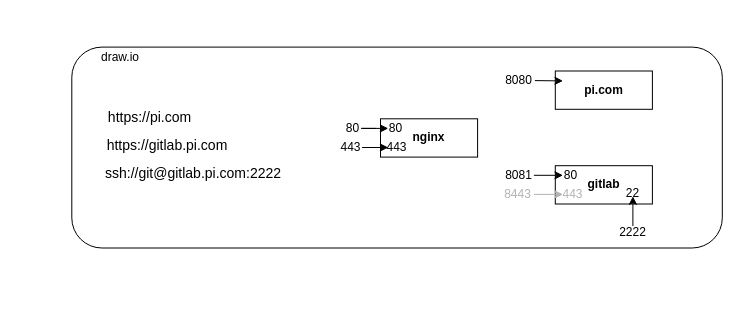
This is nginx.drawio from xujintao/devenv, a draw.io file, before an edit. Source tidied: cells renumbered, new cells numbered last; positions are measured from the earlier drawing's top-left corner, leaving out a move shared by most shapes. Both pictures are drawn from the tidied source at 100%, with x=0, y=0 at pixel (67, 37).
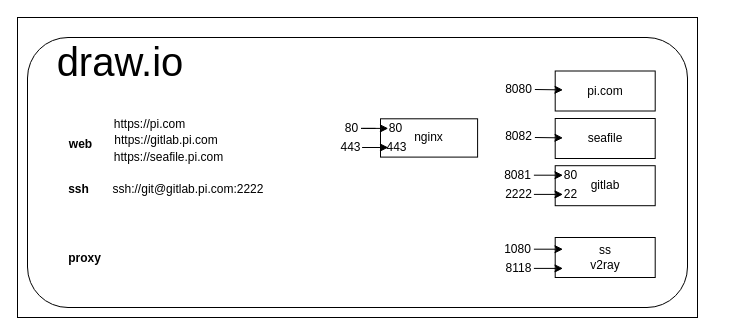
The same diagram, later.

Change to the diagram source:
```diff
@@
-    <mxCell id="2" style="group;" parent="1" vertex="1">
-      <mxGeometry width="660" height="220" as="geometry" />
-    </mxCell>
-    <mxCell id="3" style="group;labelBackgroundColor=#ffffff;strokeColor=#FFFFFF;" parent="2" vertex="1">
-      <mxGeometry width="660" height="220" as="geometry" />
-    </mxCell>
-    <mxCell id="4" style="group;" parent="2" vertex="1">
-      <mxGeometry x="4.3" y="9.6" width="650.5" height="200.9" as="geometry" />
-    </mxCell>
-    <mxCell id="5" style="rounded=1;whiteSpace=wrap;html=1;" parent="4" vertex="1">
-      <mxGeometry width="650.5" height="200.9" as="geometry" />
-    </mxCell>
+    <mxCell id="30" style="rounded=0;whiteSpace=wrap;html=1;" parent="1" vertex="1">
+      <mxGeometry x="-50" y="-20" width="680" height="300" as="geometry" />
+    </mxCell>
+    <mxCell id="31" style="rounded=1;whiteSpace=wrap;html=1;" parent="1" vertex="1">
+      <mxGeometry x="-40" width="660" height="270" as="geometry" />
+    </mxCell>
+    <mxCell id="29" value="&lt;font style=&quot;font-size: 40px&quot;&gt;draw.io&lt;/font&gt;" style="text;html=1;strokeColor=none;fillColor=none;align=center;verticalAlign=middle;whiteSpace=wrap;rounded=0;" parent="1" vertex="1">
+      <mxGeometry x="32.5" y="13.5" width="40" height="20" as="geometry" />
+    </mxCell>
-    <mxCell id="6" value="&lt;b&gt;nginx&lt;/b&gt;" style="rounded=0;whiteSpace=wrap;html=1;" parent="4" vertex="1">
-      <mxGeometry x="308.7" y="71.7" width="97.1" height="38.3" as="geometry" />
+    <mxCell id="6" value="nginx" style="rounded=0;whiteSpace=wrap;html=1;" parent="1" vertex="1">
+      <mxGeometry x="313" y="81.3" width="97.1" height="38.3" as="geometry" />
     </mxCell>
-    <mxCell id="7" value="&lt;b&gt;gitlab&lt;/b&gt;" style="rounded=0;whiteSpace=wrap;html=1;" parent="4" vertex="1">
-      <mxGeometry x="483.5" y="118.6" width="97.1" height="38.3" as="geometry" />
+    <mxCell id="7" value="gitlab" style="rounded=0;whiteSpace=wrap;html=1;" parent="1" vertex="1">
+      <mxGeometry x="487.7" y="128.2" width="100" height="40" as="geometry" />
     </mxCell>
-    <mxCell id="8" style="endArrow=classic;html=1;" parent="4" edge="1">
+    <mxCell id="8" style="endArrow=classic;html=1;" parent="1" edge="1">
       <mxGeometry relative="1" as="geometry">
-        <mxPoint x="303.9" y="81.3" as="sourcePoint" />
-        <mxPoint x="316.5" y="81.3" as="targetPoint" />
+        <mxPoint x="308.1" y="90.9" as="sourcePoint" />
+        <mxPoint x="320.8" y="90.9" as="targetPoint" />
         <Array as="points">
-          <mxPoint x="284.5" y="81.3" />
+          <mxPoint x="288.7" y="90.9" />
         </Array>
       </mxGeometry>
     </mxCell>
-    <mxCell id="9" value="80" style="text;html=1;strokeColor=none;fillColor=none;align=center;verticalAlign=middle;whiteSpace=wrap;rounded=0;" parent="4" vertex="1">
-      <mxGeometry x="261.2" y="71.7" width="38.8" height="19.1" as="geometry" />
+    <mxCell id="9" value="80" style="text;html=1;strokeColor=none;fillColor=none;align=center;verticalAlign=middle;whiteSpace=wrap;rounded=0;" parent="1" vertex="1">
+      <mxGeometry x="265.4" y="81.3" width="38.8" height="19.1" as="geometry" />
     </mxCell>
-    <mxCell id="10" value="80" style="text;html=1;strokeColor=none;fillColor=none;align=center;verticalAlign=middle;whiteSpace=wrap;rounded=0;" parent="4" vertex="1">
-      <mxGeometry x="304.8" y="71.7" width="38.8" height="19.1" as="geometry" />
+    <mxCell id="10" value="80" style="text;html=1;strokeColor=none;fillColor=none;align=center;verticalAlign=middle;whiteSpace=wrap;rounded=0;" parent="1" vertex="1">
+      <mxGeometry x="309.1" y="81.3" width="38.8" height="19.1" as="geometry" />
     </mxCell>
-    <mxCell id="11" value="443" style="text;html=1;strokeColor=none;fillColor=none;align=center;verticalAlign=middle;whiteSpace=wrap;rounded=0;" parent="4" vertex="1">
-      <mxGeometry x="259.2" y="90.9" width="38.8" height="19.1" as="geometry" />
+    <mxCell id="11" value="443" style="text;html=1;strokeColor=none;fillColor=none;align=center;verticalAlign=middle;whiteSpace=wrap;rounded=0;" parent="1" vertex="1">
+      <mxGeometry x="263.5" y="100.4" width="38.8" height="19.1" as="geometry" />
     </mxCell>
-    <mxCell id="12" style="endArrow=classic;html=1;entryX=0;entryY=0.5;entryDx=0;entryDy=0;" parent="4" edge="1">
+    <mxCell id="12" style="endArrow=classic;html=1;entryX=0;entryY=0.5;entryDx=0;entryDy=0;" parent="1" edge="1">
       <mxGeometry relative="1" as="geometry">
-        <mxPoint x="290.3" y="100.4" as="sourcePoint" />
-        <mxPoint x="316.5" y="100.4" as="targetPoint" />
+        <mxPoint x="294.6" y="110" as="sourcePoint" />
+        <mxPoint x="320.8" y="110" as="targetPoint" />
       </mxGeometry>
     </mxCell>
-    <mxCell id="13" value="443" style="text;html=1;strokeColor=none;fillColor=none;align=center;verticalAlign=middle;whiteSpace=wrap;rounded=0;" parent="4" vertex="1">
-      <mxGeometry x="305.8" y="90.9" width="38.8" height="19.1" as="geometry" />
+    <mxCell id="13" value="443" style="text;html=1;strokeColor=none;fillColor=none;align=center;verticalAlign=middle;whiteSpace=wrap;rounded=0;" parent="1" vertex="1">
+      <mxGeometry x="310.1" y="100.4" width="38.8" height="19.1" as="geometry" />
     </mxCell>
-    <mxCell id="14" value="80" style="text;html=1;strokeColor=none;fillColor=none;align=center;verticalAlign=middle;whiteSpace=wrap;rounded=0;" parent="4" vertex="1">
-      <mxGeometry x="479.6" y="118.6" width="38.8" height="19.1" as="geometry" />
+    <mxCell id="14" value="80" style="text;html=1;strokeColor=none;fillColor=none;align=center;verticalAlign=middle;whiteSpace=wrap;rounded=0;" parent="1" vertex="1">
+      <mxGeometry x="483.9" y="128.2" width="38.8" height="19.1" as="geometry" />
     </mxCell>
-    <mxCell id="15" value="&lt;font color=&quot;#b3b3b3&quot;&gt;443&lt;/font&gt;" style="text;html=1;strokeColor=none;fillColor=none;align=center;verticalAlign=middle;whiteSpace=wrap;rounded=0;" parent="4" vertex="1">
-      <mxGeometry x="481.5" y="137.7" width="38.8" height="19.1" as="geometry" />
-    </mxCell>
-    <mxCell id="16" style="endArrow=classic;html=1;entryX=0;entryY=0.5;entryDx=0;entryDy=0;" parent="4" edge="1">
+    <mxCell id="16" style="endArrow=classic;html=1;entryX=0;entryY=0.5;entryDx=0;entryDy=0;" parent="1" edge="1">
       <mxGeometry relative="1" as="geometry">
-        <mxPoint x="462.1" y="128.2" as="sourcePoint" />
-        <mxPoint x="491.2" y="128.2" as="targetPoint" />
+        <mxPoint x="466.4" y="137.7" as="sourcePoint" />
+        <mxPoint x="495.5" y="137.7" as="targetPoint" />
       </mxGeometry>
     </mxCell>
-    <mxCell id="17" style="endArrow=classic;html=1;strokeColor=#B3B3B3;" parent="4" edge="1">
+    <mxCell id="17" style="endArrow=classic;html=1;strokeColor=#000000;" parent="1" edge="1">
       <mxGeometry relative="1" as="geometry">
-        <mxPoint x="462.1" y="147.3" as="sourcePoint" />
-        <mxPoint x="491.2" y="147.3" as="targetPoint" />
+        <mxPoint x="466.4" y="156.9" as="sourcePoint" />
+        <mxPoint x="495.5" y="156.9" as="targetPoint" />
       </mxGeometry>
     </mxCell>
-    <mxCell id="18" value="8081" style="text;html=1;strokeColor=none;fillColor=none;align=center;verticalAlign=middle;whiteSpace=wrap;rounded=0;" parent="4" vertex="1">
-      <mxGeometry x="427.2" y="118.6" width="38.8" height="19.1" as="geometry" />
+    <mxCell id="18" value="8081" style="text;html=1;strokeColor=none;fillColor=none;align=center;verticalAlign=middle;whiteSpace=wrap;rounded=0;" parent="1" vertex="1">
+      <mxGeometry x="431.4" y="128.2" width="38.8" height="19.1" as="geometry" />
     </mxCell>
-    <mxCell id="19" value="&lt;font color=&quot;#b3b3b3&quot;&gt;8443&lt;/font&gt;" style="text;html=1;strokeColor=none;fillColor=none;align=center;verticalAlign=middle;whiteSpace=wrap;rounded=0;" parent="4" vertex="1">
-      <mxGeometry x="426.2" y="137.7" width="38.8" height="19.1" as="geometry" />
-    </mxCell>
-    <mxCell id="20" value="22" style="text;html=1;strokeColor=none;fillColor=none;align=center;verticalAlign=middle;whiteSpace=wrap;rounded=0;" parent="4" vertex="1">
-      <mxGeometry x="541.7" y="136.8" width="38.8" height="19.1" as="geometry" />
+    <mxCell id="20" value="22" style="text;html=1;strokeColor=none;fillColor=none;align=center;verticalAlign=middle;whiteSpace=wrap;rounded=0;" parent="1" vertex="1">
+      <mxGeometry x="484" y="147.3" width="38.8" height="19.1" as="geometry" />
     </mxCell>
-    <mxCell id="21" style="endArrow=classic;html=1;entryX=0.5;entryY=1;entryDx=0;entryDy=0;" parent="4" edge="1">
-      <mxGeometry relative="1" as="geometry">
-        <mxPoint x="561.1" y="178.9" as="sourcePoint" />
-        <mxPoint x="561.1" y="149.2" as="targetPoint" />
-      </mxGeometry>
-    </mxCell>
-    <mxCell id="22" value="2222" style="text;html=1;strokeColor=none;fillColor=none;align=center;verticalAlign=middle;whiteSpace=wrap;rounded=0;" parent="4" vertex="1">
-      <mxGeometry x="541.7" y="176" width="38.8" height="19.1" as="geometry" />
+    <mxCell id="22" value="2222" style="text;html=1;strokeColor=none;fillColor=none;align=center;verticalAlign=middle;whiteSpace=wrap;rounded=0;" parent="1" vertex="1">
+      <mxGeometry x="431.5" y="147.1" width="38.8" height="19.1" as="geometry" />
     </mxCell>
-    <mxCell id="23" value="&lt;b&gt;pi.com&lt;/b&gt;" style="rounded=0;whiteSpace=wrap;html=1;" parent="4" vertex="1">
-      <mxGeometry x="483.5" y="23.9" width="97.1" height="38.3" as="geometry" />
+    <mxCell id="23" value="pi.com" style="rounded=0;whiteSpace=wrap;html=1;" parent="1" vertex="1">
+      <mxGeometry x="487.7" y="33.5" width="100" height="40" as="geometry" />
     </mxCell>
-    <mxCell id="24" style="endArrow=classic;html=1;strokeColor=#000000;" parent="4" edge="1">
+    <mxCell id="24" style="endArrow=classic;html=1;strokeColor=#000000;" parent="1" edge="1">
       <mxGeometry relative="1" as="geometry">
-        <mxPoint x="463.1" y="33.5" as="sourcePoint" />
-        <mxPoint x="491.2" y="33.8" as="targetPoint" />
+        <mxPoint x="467.4" y="52" as="sourcePoint" />
+        <mxPoint x="495.5" y="52.4" as="targetPoint" />
       </mxGeometry>
     </mxCell>
-    <mxCell id="25" value="8080" style="text;html=1;strokeColor=none;fillColor=none;align=center;verticalAlign=middle;whiteSpace=wrap;rounded=0;" parent="4" vertex="1">
-      <mxGeometry x="427.4" y="23.9" width="38.8" height="19.1" as="geometry" />
+    <mxCell id="25" value="8080" style="text;html=1;strokeColor=none;fillColor=none;align=center;verticalAlign=middle;whiteSpace=wrap;rounded=0;" parent="1" vertex="1">
+      <mxGeometry x="431.6" y="42.5" width="38.8" height="19.1" as="geometry" />
     </mxCell>
-    <mxCell id="26" value="&lt;font style=&quot;font-size: 14px&quot;&gt;https://pi.com&lt;/font&gt;" style="text;html=1;strokeColor=none;fillColor=none;align=center;verticalAlign=middle;whiteSpace=wrap;rounded=0;" parent="4" vertex="1">
-      <mxGeometry x="30.1" y="61.2" width="97.1" height="19.1" as="geometry" />
+    <mxCell id="26" value="&lt;font style=&quot;font-size: 12px&quot;&gt;https://pi.com&lt;/font&gt;" style="text;html=1;strokeColor=none;fillColor=none;align=center;verticalAlign=middle;whiteSpace=wrap;rounded=0;" parent="1" vertex="1">
+      <mxGeometry x="34.4" y="77.8" width="97.1" height="19.1" as="geometry" />
     </mxCell>
-    <mxCell id="27" value="&lt;font style=&quot;font-size: 14px&quot;&gt;https://gitlab.pi.com&lt;/font&gt;" style="text;html=1;strokeColor=none;fillColor=none;align=center;verticalAlign=middle;whiteSpace=wrap;rounded=0;" parent="4" vertex="1">
-      <mxGeometry x="28.2" y="89" width="134" height="19.1" as="geometry" />
+    <mxCell id="27" value="&lt;font style=&quot;font-size: 12px&quot;&gt;https://gitlab.pi.com&lt;/font&gt;" style="text;html=1;strokeColor=none;fillColor=none;align=center;verticalAlign=middle;whiteSpace=wrap;rounded=0;" parent="1" vertex="1">
+      <mxGeometry x="32.4" y="93.5" width="134" height="19.1" as="geometry" />
     </mxCell>
-    <mxCell id="28" value="&lt;font style=&quot;font-size: 14px&quot;&gt;ssh://git@gitlab.pi.com:2222&lt;/font&gt;" style="text;html=1;strokeColor=none;fillColor=none;align=center;verticalAlign=middle;whiteSpace=wrap;rounded=0;" parent="4" vertex="1">
-      <mxGeometry x="29.1" y="116.7" width="186.4" height="19.1" as="geometry" />
+    <mxCell id="28" value="&lt;font style=&quot;font-size: 12px&quot;&gt;ssh://git@gitlab.pi.com:2222&lt;/font&gt;" style="text;html=1;strokeColor=none;fillColor=none;align=center;verticalAlign=middle;whiteSpace=wrap;rounded=0;" parent="1" vertex="1">
+      <mxGeometry x="28.4" y="142.3" width="186.4" height="19.1" as="geometry" />
     </mxCell>
-    <mxCell id="29" value="draw.io" style="text;html=1;strokeColor=none;fillColor=none;align=center;verticalAlign=middle;whiteSpace=wrap;rounded=0;" parent="2" vertex="1">
-      <mxGeometry x="32.5" y="9.5" width="40" height="20" as="geometry" />
-    </mxCell>
+    <mxCell id="32" value="seafile" style="rounded=0;whiteSpace=wrap;html=1;" parent="1" vertex="1">
+      <mxGeometry x="487.7" y="81" width="100" height="40" as="geometry" />
+    </mxCell>
+    <mxCell id="33" value="8082" style="text;html=1;strokeColor=none;fillColor=none;align=center;verticalAlign=middle;whiteSpace=wrap;rounded=0;" parent="1" vertex="1">
+      <mxGeometry x="431.6" y="89" width="38.8" height="19.1" as="geometry" />
+    </mxCell>
+    <mxCell id="34" style="endArrow=classic;html=1;strokeColor=#000000;" parent="1" edge="1">
+      <mxGeometry relative="1" as="geometry">
+        <mxPoint x="467.4" y="100" as="sourcePoint" />
+        <mxPoint x="495.5" y="100.4" as="targetPoint" />
+      </mxGeometry>
+    </mxCell>
+    <mxCell id="35" value="&lt;font style=&quot;font-size: 12px&quot;&gt;https://seafile.pi.com&lt;/font&gt;" style="text;html=1;strokeColor=none;fillColor=none;align=center;verticalAlign=middle;whiteSpace=wrap;rounded=0;" parent="1" vertex="1">
+      <mxGeometry x="53.4" y="110.8" width="97.1" height="19.1" as="geometry" />
+    </mxCell>
+    <mxCell id="36" value="&lt;b&gt;web&lt;/b&gt;" style="text;html=1;align=center;verticalAlign=middle;" parent="1" vertex="1">
+      <mxGeometry x="-7.5" y="97" width="40" height="20" as="geometry" />
+    </mxCell>
+    <mxCell id="37" value="&lt;b&gt;ssh&lt;/b&gt;" style="text;html=1;align=center;verticalAlign=middle;" parent="1" vertex="1">
+      <mxGeometry x="-9" y="141.5" width="40" height="20" as="geometry" />
+    </mxCell>
+    <mxCell id="38" value="&lt;b&gt;proxy&lt;/b&gt;" style="text;html=1;align=center;verticalAlign=middle;" parent="1" vertex="1">
+      <mxGeometry x="-8.5" y="211" width="50" height="20" as="geometry" />
+    </mxCell>
+    <mxCell id="39" value="ss&lt;br&gt;v2ray" style="rounded=0;whiteSpace=wrap;html=1;" parent="1" vertex="1">
+      <mxGeometry x="487.7" y="200" width="100" height="40" as="geometry" />
+    </mxCell>
+    <mxCell id="40" style="endArrow=classic;html=1;entryX=0;entryY=0.5;entryDx=0;entryDy=0;" parent="1" edge="1">
+      <mxGeometry relative="1" as="geometry">
+        <mxPoint x="466.4" y="211.7" as="sourcePoint" />
+        <mxPoint x="495.5" y="211.7" as="targetPoint" />
+      </mxGeometry>
+    </mxCell>
+    <mxCell id="41" style="endArrow=classic;html=1;strokeColor=#000000;" parent="1" edge="1">
+      <mxGeometry relative="1" as="geometry">
+        <mxPoint x="466.4" y="230.9" as="sourcePoint" />
+        <mxPoint x="495.5" y="230.9" as="targetPoint" />
+      </mxGeometry>
+    </mxCell>
+    <mxCell id="42" value="1080" style="text;html=1;strokeColor=none;fillColor=none;align=center;verticalAlign=middle;whiteSpace=wrap;rounded=0;" parent="1" vertex="1">
+      <mxGeometry x="431.4" y="202.2" width="38.8" height="19.1" as="geometry" />
+    </mxCell>
+    <mxCell id="43" value="8118" style="text;html=1;strokeColor=none;fillColor=none;align=center;verticalAlign=middle;whiteSpace=wrap;rounded=0;" parent="1" vertex="1">
+      <mxGeometry x="431.5" y="221.1" width="38.8" height="19.1" as="geometry" />
+    </mxCell>
```
